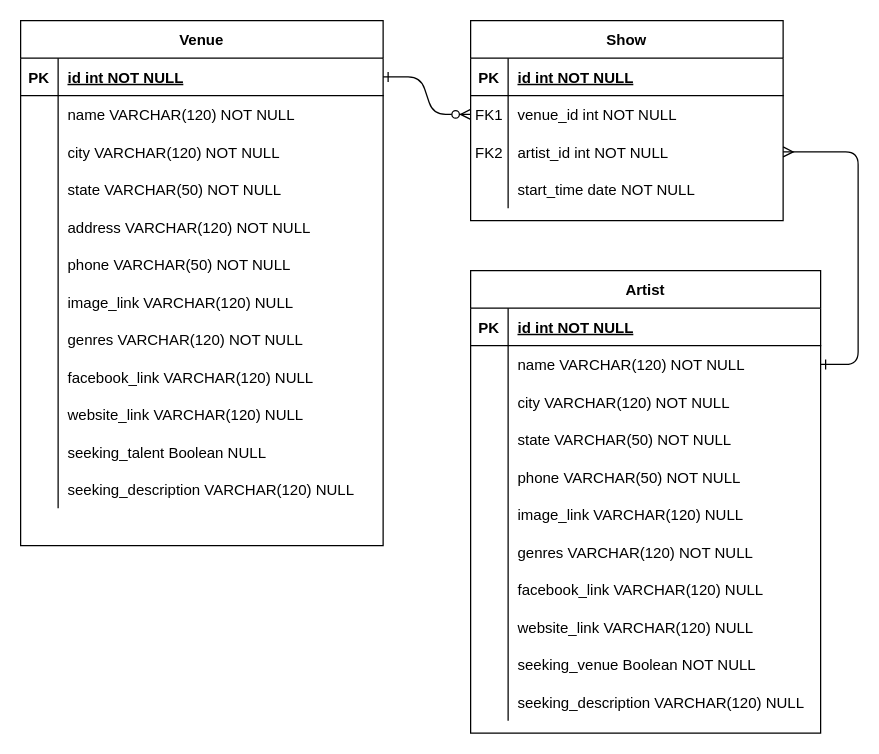
jaguilarweb/flask-fyyur keeps this draw.io diagram as page "modelo-fisico-datos" (1 of 2) of resources/Fyyur_diagram.drawio. Above is the earlier version. Source tidied: cells renumbered, new cells numbered last; positions are measured from the earlier drawing's top-left corner, leaving out a move shared by most shapes. Both pictures are drawn from the tidied source at 125%, with x=0, y=0 at pixel (20, 20).
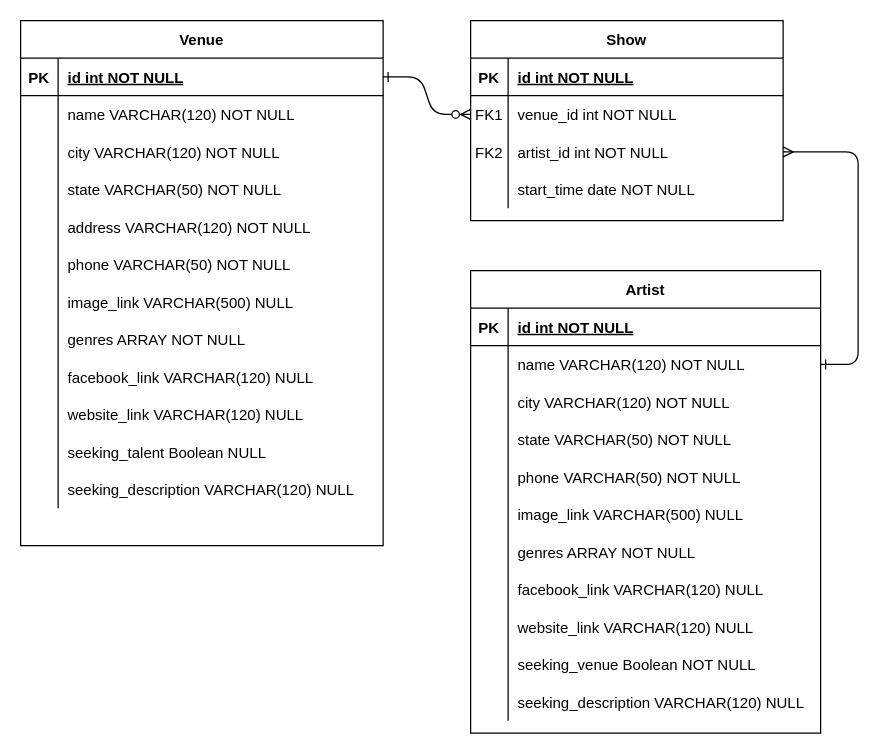
The same diagram, later.

Unchanged cells that the change refers to:
```xml
<mxCell id="33" style="shape=partialRectangle;fillColor=none;top=0;left=0;right=0;bottom=0;" parent="17" vertex="1">
  <mxGeometry y="180" width="280" height="30" as="geometry" />
</mxCell>
<mxCell id="36" style="shape=partialRectangle;fillColor=none;top=0;left=0;right=0;bottom=0;" parent="17" vertex="1">
  <mxGeometry y="210" width="280" height="30" as="geometry" />
</mxCell>
<mxCell id="70" style="shape=partialRectangle;fillColor=none;top=0;left=0;right=0;bottom=0;" parent="51" vertex="1">
  <mxGeometry y="210" width="290" height="30" as="geometry" />
</mxCell>
<mxCell id="73" style="shape=partialRectangle;fillColor=none;top=0;left=0;right=0;bottom=0;" parent="51" vertex="1">
  <mxGeometry y="240" width="290" height="30" as="geometry" />
</mxCell>
```

What changed in the source:
```diff
@@
-    <mxCell id="35" value="image_link VARCHAR(120) NULL" style="shape=partialRectangle;overflow=hidden;fillColor=none;top=0;left=0;bottom=0;right=0;align=left;spacingLeft=6;" parent="33" vertex="1">
+    <mxCell id="35" value="image_link VARCHAR(500) NULL" style="shape=partialRectangle;overflow=hidden;fillColor=none;top=0;left=0;bottom=0;right=0;align=left;spacingLeft=6;" parent="33" vertex="1">
       <mxGeometry x="30" width="250" height="30" as="geometry" />
     </mxCell>
@@
-    <mxCell id="38" value="genres VARCHAR(120) NOT NULL" style="shape=partialRectangle;overflow=hidden;fillColor=none;top=0;left=0;bottom=0;right=0;align=left;spacingLeft=6;" parent="36" vertex="1">
+    <mxCell id="38" value="genres ARRAY NOT NULL" style="shape=partialRectangle;overflow=hidden;fillColor=none;top=0;left=0;bottom=0;right=0;align=left;spacingLeft=6;" parent="36" vertex="1">
       <mxGeometry x="30" width="250" height="30" as="geometry" />
     </mxCell>
@@
-    <mxCell id="72" value="image_link VARCHAR(120) NULL" style="shape=partialRectangle;overflow=hidden;fillColor=none;top=0;left=0;bottom=0;right=0;align=left;spacingLeft=6;" parent="70" vertex="1">
+    <mxCell id="72" value="image_link VARCHAR(500) NULL" style="shape=partialRectangle;overflow=hidden;fillColor=none;top=0;left=0;bottom=0;right=0;align=left;spacingLeft=6;" parent="70" vertex="1">
       <mxGeometry x="30" width="260" height="30" as="geometry" />
     </mxCell>
@@
-    <mxCell id="75" value="genres VARCHAR(120) NOT NULL" style="shape=partialRectangle;overflow=hidden;fillColor=none;top=0;left=0;bottom=0;right=0;align=left;spacingLeft=6;" parent="73" vertex="1">
+    <mxCell id="75" value="genres ARRAY NOT NULL" style="shape=partialRectangle;overflow=hidden;fillColor=none;top=0;left=0;bottom=0;right=0;align=left;spacingLeft=6;" parent="73" vertex="1">
       <mxGeometry x="30" width="260" height="30" as="geometry" />
     </mxCell>
```
